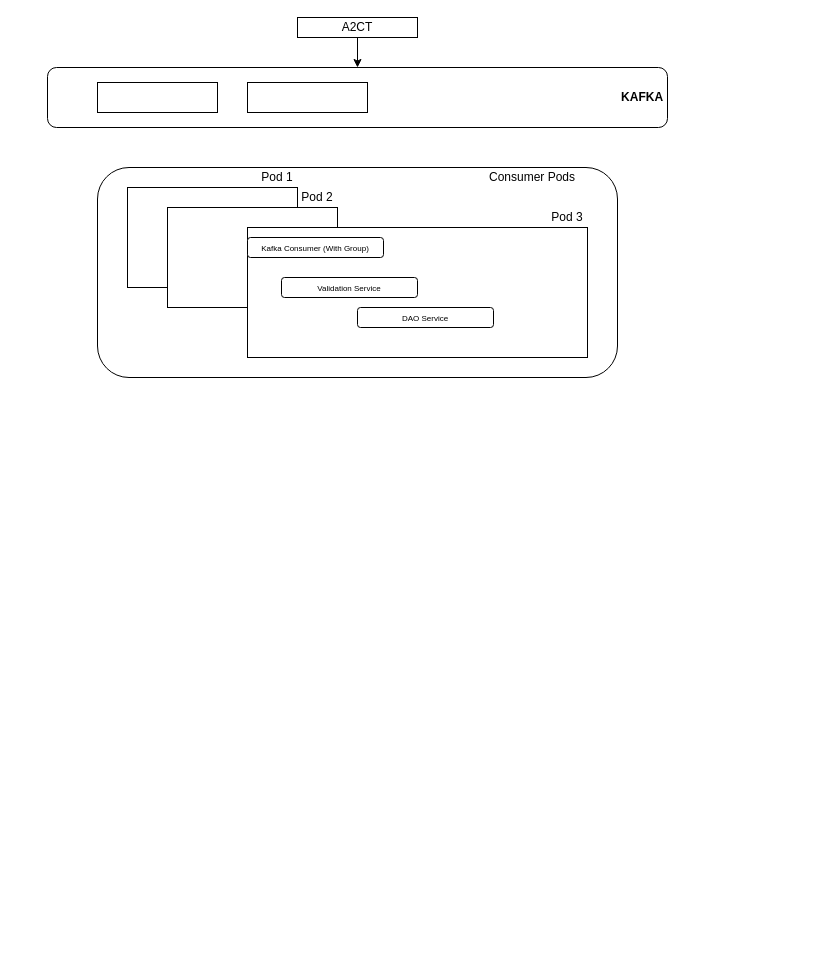
Above: Batch_Flow.drawio in yrvlande/AngularApp (draw.io), before the change. Source tidied: cells renumbered, new cells numbered last; positions are measured from the earlier drawing's top-left corner, leaving out a move shared by most shapes. Both pictures are drawn from the tidied source at 100%, with x=0, y=0 at pixel (47, 17).
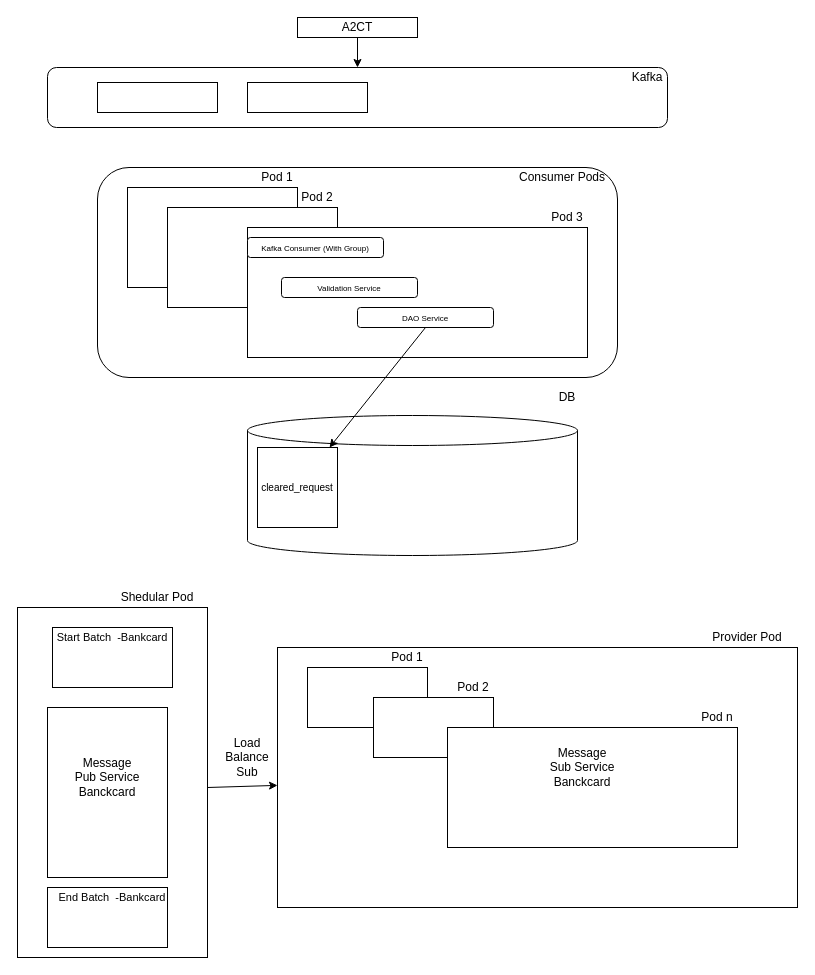
The same diagram, later.

Unchanged cells that the change refers to:
```xml
<mxCell id="16" value="&lt;span style=&quot;font-size: 8px&quot;&gt;DAO Service&lt;/span&gt;" style="rounded=1;whiteSpace=wrap;html=1;" parent="1" vertex="1">
  <mxGeometry x="310" y="290" width="136" height="20" as="geometry" />
</mxCell>
```

Diff of the diagram source:
```diff
@@
-    <mxCell id="2" value="&amp;nbsp; &amp;nbsp; &amp;nbsp; &amp;nbsp; &amp;nbsp; &amp;nbsp; &amp;nbsp; &amp;nbsp; &amp;nbsp; &amp;nbsp; &amp;nbsp; &amp;nbsp; &amp;nbsp; &amp;nbsp; &amp;nbsp; &amp;nbsp; &amp;nbsp; &amp;nbsp; &amp;nbsp; &amp;nbsp; &amp;nbsp; &amp;nbsp; &amp;nbsp; &amp;nbsp; &amp;nbsp; &amp;nbsp; &amp;nbsp; &amp;nbsp; &amp;nbsp; &amp;nbsp; &amp;nbsp; &amp;nbsp; &amp;nbsp; &amp;nbsp; &amp;nbsp; &amp;nbsp; &amp;nbsp; &amp;nbsp; &amp;nbsp; &amp;nbsp; &amp;nbsp; &amp;nbsp; &amp;nbsp; &amp;nbsp; &amp;nbsp; &amp;nbsp; &amp;nbsp; &amp;nbsp; &amp;nbsp; &amp;nbsp; &amp;nbsp; &amp;nbsp; &amp;nbsp; &amp;nbsp; &amp;nbsp; &amp;nbsp; &amp;nbsp; &amp;nbsp; &amp;nbsp; &amp;nbsp; &amp;nbsp; &amp;nbsp; &amp;nbsp; &amp;nbsp; &amp;nbsp; &amp;nbsp; &amp;nbsp; &amp;nbsp; &amp;nbsp; &amp;nbsp; &amp;nbsp; &amp;nbsp; &amp;nbsp; &amp;nbsp; &amp;nbsp; &amp;nbsp; &amp;nbsp; &amp;nbsp; &amp;nbsp; &amp;nbsp; &amp;nbsp; &amp;nbsp; &amp;nbsp; &amp;nbsp; &amp;nbsp; &amp;nbsp;&lt;b&gt;KAFKA&lt;/b&gt;" style="rounded=1;whiteSpace=wrap;html=1;" parent="1" vertex="1">
+    <mxCell id="2" value="&amp;nbsp; &amp;nbsp; &amp;nbsp; &amp;nbsp; &amp;nbsp; &amp;nbsp; &amp;nbsp; &amp;nbsp; &amp;nbsp; &amp;nbsp; &amp;nbsp; &amp;nbsp; &amp;nbsp; &amp;nbsp; &amp;nbsp; &amp;nbsp; &amp;nbsp; &amp;nbsp; &amp;nbsp; &amp;nbsp; &amp;nbsp; &amp;nbsp; &amp;nbsp; &amp;nbsp; &amp;nbsp; &amp;nbsp; &amp;nbsp; &amp;nbsp; &amp;nbsp; &amp;nbsp; &amp;nbsp; &amp;nbsp; &amp;nbsp; &amp;nbsp; &amp;nbsp; &amp;nbsp; &amp;nbsp; &amp;nbsp; &amp;nbsp; &amp;nbsp; &amp;nbsp; &amp;nbsp; &amp;nbsp; &amp;nbsp; &amp;nbsp; &amp;nbsp; &amp;nbsp; &amp;nbsp; &amp;nbsp; &amp;nbsp; &amp;nbsp; &amp;nbsp; &amp;nbsp; &amp;nbsp; &amp;nbsp; &amp;nbsp; &amp;nbsp; &amp;nbsp; &amp;nbsp; &amp;nbsp; &amp;nbsp; &amp;nbsp; &amp;nbsp; &amp;nbsp; &amp;nbsp; &amp;nbsp; &amp;nbsp; &amp;nbsp; &amp;nbsp; &amp;nbsp; &amp;nbsp; &amp;nbsp; &amp;nbsp; &amp;nbsp; &amp;nbsp; &amp;nbsp; &amp;nbsp; &amp;nbsp; &amp;nbsp; &amp;nbsp; &amp;nbsp; &amp;nbsp; &amp;nbsp; &amp;nbsp; &amp;nbsp; &amp;nbsp;" style="rounded=1;whiteSpace=wrap;html=1;" parent="1" vertex="1">
       <mxGeometry y="50" width="620" height="60" as="geometry" />
     </mxCell>
@@
     <mxCell id="17" value="Consumer Pods" style="text;html=1;strokeColor=none;fillColor=none;align=center;verticalAlign=middle;whiteSpace=wrap;rounded=0;" parent="1" vertex="1">
-      <mxGeometry x="430" y="150" width="110" height="20" as="geometry" />
+      <mxGeometry x="460" y="150" width="110" height="20" as="geometry" />
     </mxCell>
+    <mxCell id="18" style="shape=cylinder3;whiteSpace=wrap;html=1;boundedLbl=1;backgroundOutline=1;size=15;" parent="1" vertex="1">
+      <mxGeometry x="200" y="398" width="330" height="140" as="geometry" />
+    </mxCell>
+    <mxCell id="19" value="DB" style="text;html=1;strokeColor=none;fillColor=none;align=center;verticalAlign=middle;whiteSpace=wrap;rounded=0;" parent="1" vertex="1">
+      <mxGeometry x="500" y="370" width="40" height="20" as="geometry" />
+    </mxCell>
+    <mxCell id="20" value="Kafka" style="text;html=1;strokeColor=none;fillColor=none;align=center;verticalAlign=middle;whiteSpace=wrap;rounded=0;" parent="1" vertex="1">
+      <mxGeometry x="580" y="50" width="40" height="20" as="geometry" />
+    </mxCell>
+    <mxCell id="21" value="&lt;font style=&quot;font-size: 10px&quot;&gt;cleared_request&lt;/font&gt;" style="whiteSpace=wrap;html=1;" parent="1" vertex="1">
+      <mxGeometry x="210" y="430" width="80" height="80" as="geometry" />
+    </mxCell>
+    <mxCell id="22" style="endArrow=classic;html=1;exitX=0.5;exitY=1;exitDx=0;exitDy=0;" parent="1" edge="1" source="16" target="21">
+      <mxGeometry relative="1" as="geometry" />
+    </mxCell>
+    <mxCell id="23" style="rounded=0;whiteSpace=wrap;html=1;" parent="1" vertex="1">
+      <mxGeometry x="-30" y="590" width="190" height="350" as="geometry" />
+    </mxCell>
+    <mxCell id="24" value="Shedular Pod" style="text;html=1;strokeColor=none;fillColor=none;align=center;verticalAlign=middle;whiteSpace=wrap;rounded=0;" parent="1" vertex="1">
+      <mxGeometry x="70" y="570" width="80" height="20" as="geometry" />
+    </mxCell>
+    <mxCell id="25" style="rounded=0;whiteSpace=wrap;html=1;" parent="1" vertex="1">
+      <mxGeometry x="5" y="610" width="120" height="60" as="geometry" />
+    </mxCell>
+    <mxCell id="26" value="&lt;span style=&quot;font-size: 11px&quot;&gt;Start Batch&amp;nbsp; -Bankcard&lt;/span&gt;" style="text;html=1;strokeColor=none;fillColor=none;align=center;verticalAlign=middle;whiteSpace=wrap;rounded=0;" parent="1" vertex="1">
+      <mxGeometry x="-5" y="610" width="140" height="20" as="geometry" />
+    </mxCell>
+    <mxCell id="27" style="rounded=0;whiteSpace=wrap;html=1;" parent="1" vertex="1">
+      <mxGeometry y="870" width="120" height="60" as="geometry" />
+    </mxCell>
+    <mxCell id="28" value="&lt;span style=&quot;font-size: 11px&quot;&gt;End Batch&amp;nbsp; -Bankcard&lt;/span&gt;" style="text;html=1;strokeColor=none;fillColor=none;align=center;verticalAlign=middle;whiteSpace=wrap;rounded=0;" parent="1" vertex="1">
+      <mxGeometry x="-5" y="870" width="140" height="20" as="geometry" />
+    </mxCell>
+    <mxCell id="29" style="rounded=0;whiteSpace=wrap;html=1;" parent="1" vertex="1">
+      <mxGeometry y="690" width="120" height="170" as="geometry" />
+    </mxCell>
+    <mxCell id="30" value="Message Pub Service Banckcard" style="text;html=1;strokeColor=none;fillColor=none;align=center;verticalAlign=middle;whiteSpace=wrap;rounded=0;" parent="1" vertex="1">
+      <mxGeometry x="25" y="750" width="70" height="20" as="geometry" />
+    </mxCell>
+    <mxCell id="31" style="rounded=0;whiteSpace=wrap;html=1;" parent="1" vertex="1">
+      <mxGeometry x="230" y="630" width="520" height="260" as="geometry" />
+    </mxCell>
+    <mxCell id="32" style="rounded=0;whiteSpace=wrap;html=1;" parent="1" vertex="1">
+      <mxGeometry x="260" y="650" width="120" height="60" as="geometry" />
+    </mxCell>
+    <mxCell id="33" style="rounded=0;whiteSpace=wrap;html=1;" parent="1" vertex="1">
+      <mxGeometry x="326" y="680" width="120" height="60" as="geometry" />
+    </mxCell>
+    <mxCell id="34" style="rounded=0;whiteSpace=wrap;html=1;" parent="1" vertex="1">
+      <mxGeometry x="400" y="710" width="290" height="120" as="geometry" />
+    </mxCell>
+    <mxCell id="35" value="Provider Pod" style="text;html=1;strokeColor=none;fillColor=none;align=center;verticalAlign=middle;whiteSpace=wrap;rounded=0;" parent="1" vertex="1">
+      <mxGeometry x="650" y="610" width="100" height="20" as="geometry" />
+    </mxCell>
+    <mxCell id="36" value="Pod 1" style="text;html=1;strokeColor=none;fillColor=none;align=center;verticalAlign=middle;whiteSpace=wrap;rounded=0;" parent="1" vertex="1">
+      <mxGeometry x="340" y="630" width="40" height="20" as="geometry" />
+    </mxCell>
+    <mxCell id="37" value="Pod 2" style="text;html=1;strokeColor=none;fillColor=none;align=center;verticalAlign=middle;whiteSpace=wrap;rounded=0;" parent="1" vertex="1">
+      <mxGeometry x="406" y="660" width="40" height="20" as="geometry" />
+    </mxCell>
+    <mxCell id="38" value="Pod n" style="text;html=1;strokeColor=none;fillColor=none;align=center;verticalAlign=middle;whiteSpace=wrap;rounded=0;" parent="1" vertex="1">
+      <mxGeometry x="650" y="690" width="40" height="20" as="geometry" />
+    </mxCell>
+    <mxCell id="39" value="Message Sub Service Banckcard" style="text;html=1;strokeColor=none;fillColor=none;align=center;verticalAlign=middle;whiteSpace=wrap;rounded=0;" parent="1" vertex="1">
+      <mxGeometry x="500" y="740" width="70" height="20" as="geometry" />
+    </mxCell>
+    <mxCell id="40" style="endArrow=classic;html=1;" parent="1" edge="1" target="31">
+      <mxGeometry relative="1" as="geometry">
+        <mxPoint x="160" y="770" as="sourcePoint" />
+      </mxGeometry>
+    </mxCell>
+    <mxCell id="41" value="Load Balance Sub" style="text;html=1;strokeColor=none;fillColor=none;align=center;verticalAlign=middle;whiteSpace=wrap;rounded=0;" parent="1" vertex="1">
+      <mxGeometry x="180" y="730" width="40" height="20" as="geometry" />
+    </mxCell>
```
